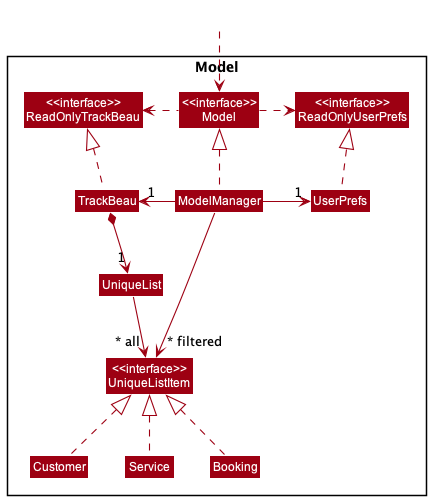
Earlier version of the PlantUML export docs/images/ModelClassDiagramV2.png (nus-cs2103-AY2122S2/tp). Source of this version:
```plantuml
@startuml
!include style.puml
skinparam arrowThickness 1.1
skinparam arrowColor MODEL_COLOR
skinparam classBackgroundColor MODEL_COLOR

Package Model <<Rectangle>>{
Class "<<interface>>\nReadOnlyTrackBeau" as ReadOnlyTrackBeau
Class "<<interface>>\nReadOnlyUserPrefs" as ReadOnlyUserPrefs
Class "<<interface>>\nModel" as Model
Class TrackBeau
Class ModelManager
Class UserPrefs

Class UniqueList
Class "<<interface>>\nUniqueListItem" as UniqueListItem
Class Customer
Class Service
Class Booking
}

Class HiddenOutside #FFFFFF
HiddenOutside ..> Model

TrackBeau .up.|> ReadOnlyTrackBeau

ModelManager .up.|> Model
Model .right.> ReadOnlyUserPrefs
Model .left.> ReadOnlyTrackBeau
ModelManager -left-> "1" TrackBeau
ModelManager -right-> "1" UserPrefs
UserPrefs .up.|> ReadOnlyUserPrefs

TrackBeau *--> "1" UniqueList
UniqueList -down-> "~* all" UniqueListItem
Customer .up.|> UniqueListItem
Service .up.|> UniqueListItem
Booking .up.|> UniqueListItem


Customer -[hidden]right-> Service
Service -[hidden]right-> Booking

ModelManager -->"~* filtered" UniqueListItem
@enduml
```
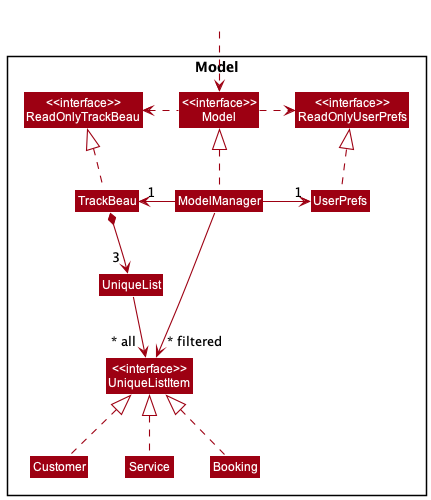
After the change.

Commit message:
Update ModelClassDiagram with correct multiplicity for UniqueList

What changed in the source:
```diff
@@ -31,8 +31,8 @@
 ModelManager -right-> "1" UserPrefs
 UserPrefs .up.|> ReadOnlyUserPrefs
 
-TrackBeau *--> "1" UniqueList
-UniqueList -down-> "~* all" UniqueListItem
+TrackBeau *--> "3 " UniqueList
+UniqueList -down-> "~* all " UniqueListItem
 Customer .up.|> UniqueListItem
 Service .up.|> UniqueListItem
 Booking .up.|> UniqueListItem
```
